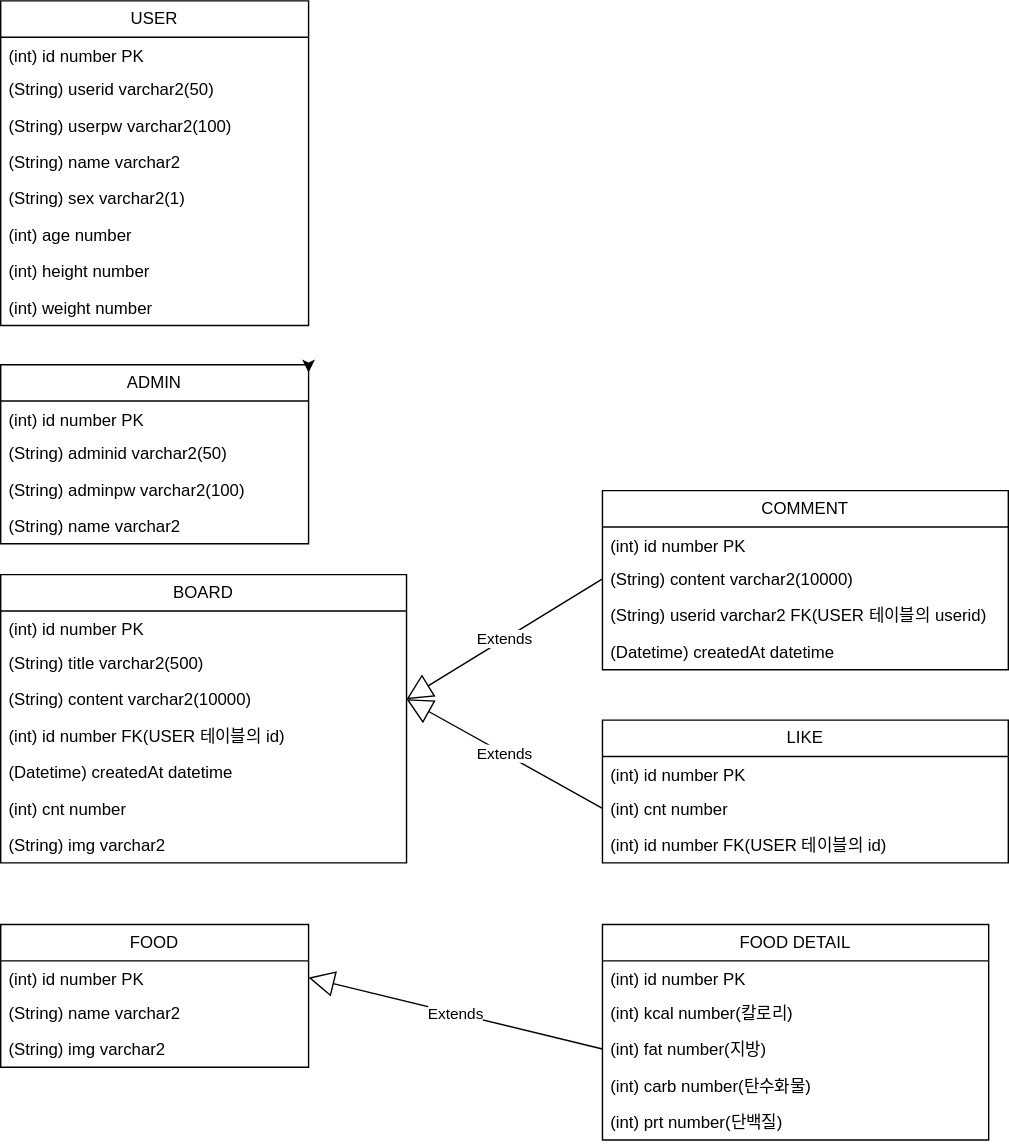
Above: document/제목 없는 다이어그램.drawio.svg in checkIn97/Diet-Project (draw.io), before the change. Source tidied: cells renumbered, new cells last; positions are measured from the earlier drawing's top-left corner, leaving out a move shared by most shapes.
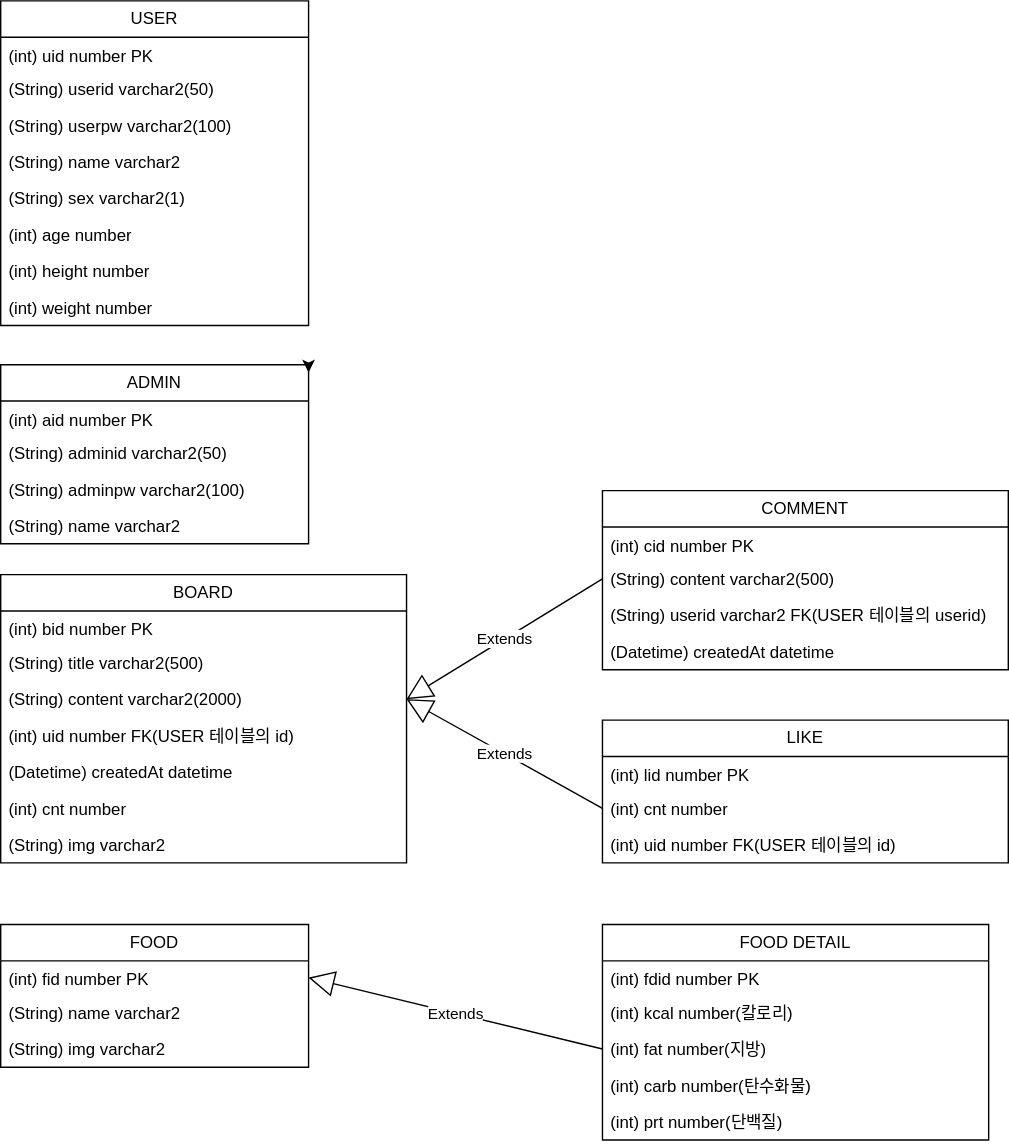
After the commit.

Commit message:
#5-제목 없는 다이어그램.drawio.svg 업데이트

The edit, as a diff of the source:
```diff
@@ -5,7 +5,7 @@
     <mxCell id="2" value="USER" style="swimlane;fontStyle=0;horizontal=1;startSize=26;fillColor=none;whiteSpace=wrap;html=1;" parent="1" vertex="1">
       <mxGeometry width="220" height="232" as="geometry" />
     </mxCell>
-    <mxCell id="3" value="(int) id number PK" style="text;strokeColor=none;fillColor=none;align=left;verticalAlign=top;spacingLeft=4;spacingRight=4;overflow=hidden;whiteSpace=wrap;html=1;" parent="2" vertex="1">
+    <mxCell id="3" value="(int) uid number PK" style="text;strokeColor=none;fillColor=none;align=left;verticalAlign=top;spacingLeft=4;spacingRight=4;overflow=hidden;whiteSpace=wrap;html=1;" parent="2" vertex="1">
       <mxGeometry y="26" width="220" height="24" as="geometry" />
     </mxCell>
     <mxCell id="4" value="(String) userid varchar2(50)&amp;nbsp;" style="text;strokeColor=none;fillColor=none;align=left;verticalAlign=top;spacingLeft=4;spacingRight=4;overflow=hidden;whiteSpace=wrap;html=1;" parent="2" vertex="1">
@@ -32,7 +32,7 @@
     <mxCell id="11" value="ADMIN" style="swimlane;fontStyle=0;horizontal=1;startSize=26;fillColor=none;whiteSpace=wrap;html=1;" parent="1" vertex="1">
       <mxGeometry y="260" width="220" height="128" as="geometry" />
     </mxCell>
-    <mxCell id="12" value="(int) id number PK" style="text;strokeColor=none;fillColor=none;align=left;verticalAlign=top;spacingLeft=4;spacingRight=4;overflow=hidden;whiteSpace=wrap;html=1;" parent="11" vertex="1">
+    <mxCell id="12" value="(int) aid number PK" style="text;strokeColor=none;fillColor=none;align=left;verticalAlign=top;spacingLeft=4;spacingRight=4;overflow=hidden;whiteSpace=wrap;html=1;" parent="11" vertex="1">
       <mxGeometry y="26" width="220" height="24" as="geometry" />
     </mxCell>
     <mxCell id="13" value="(String) adminid varchar2(50)&amp;nbsp;" style="text;strokeColor=none;fillColor=none;align=left;verticalAlign=top;spacingLeft=4;spacingRight=4;overflow=hidden;whiteSpace=wrap;html=1;" parent="11" vertex="1">
@@ -50,16 +50,16 @@
     <mxCell id="17" value="BOARD" style="swimlane;fontStyle=0;horizontal=1;startSize=26;fillColor=none;whiteSpace=wrap;html=1;" parent="1" vertex="1">
       <mxGeometry y="410" width="290" height="206" as="geometry" />
     </mxCell>
-    <mxCell id="18" value="(int) id number PK" style="text;strokeColor=none;fillColor=none;align=left;verticalAlign=top;spacingLeft=4;spacingRight=4;overflow=hidden;whiteSpace=wrap;html=1;" parent="17" vertex="1">
+    <mxCell id="18" value="(int) bid number PK" style="text;strokeColor=none;fillColor=none;align=left;verticalAlign=top;spacingLeft=4;spacingRight=4;overflow=hidden;whiteSpace=wrap;html=1;" parent="17" vertex="1">
       <mxGeometry y="26" width="290" height="24" as="geometry" />
     </mxCell>
     <mxCell id="19" value="(String) title varchar2(500)&amp;nbsp;" style="text;strokeColor=none;fillColor=none;align=left;verticalAlign=top;spacingLeft=4;spacingRight=4;overflow=hidden;whiteSpace=wrap;html=1;" parent="17" vertex="1">
       <mxGeometry y="50" width="290" height="26" as="geometry" />
     </mxCell>
-    <mxCell id="20" value="(String) content varchar2(10000)" style="text;strokeColor=none;fillColor=none;align=left;verticalAlign=top;spacingLeft=4;spacingRight=4;overflow=hidden;points=[[0,0.5],[1,0.5]];portConstraint=eastwest;whiteSpace=wrap;html=1;" parent="17" vertex="1">
+    <mxCell id="20" value="(String) content varchar2(2000)" style="text;strokeColor=none;fillColor=none;align=left;verticalAlign=top;spacingLeft=4;spacingRight=4;overflow=hidden;points=[[0,0.5],[1,0.5]];portConstraint=eastwest;whiteSpace=wrap;html=1;" parent="17" vertex="1">
       <mxGeometry y="76" width="290" height="26" as="geometry" />
     </mxCell>
-    <mxCell id="21" value="(int) id number FK(USER 테이블의 id)" style="text;strokeColor=none;fillColor=none;align=left;verticalAlign=top;spacingLeft=4;spacingRight=4;overflow=hidden;whiteSpace=wrap;html=1;" parent="17" vertex="1">
+    <mxCell id="21" value="(int) uid number FK(USER 테이블의 id)" style="text;strokeColor=none;fillColor=none;align=left;verticalAlign=top;spacingLeft=4;spacingRight=4;overflow=hidden;whiteSpace=wrap;html=1;" parent="17" vertex="1">
       <mxGeometry y="102" width="290" height="26" as="geometry" />
     </mxCell>
     <mxCell id="22" value="(Datetime) createdAt datetime" style="text;strokeColor=none;fillColor=none;align=left;verticalAlign=top;spacingLeft=4;spacingRight=4;overflow=hidden;whiteSpace=wrap;html=1;" parent="17" vertex="1">
@@ -74,7 +74,7 @@
     <mxCell id="25" value="FOOD" style="swimlane;fontStyle=0;horizontal=1;startSize=26;fillColor=none;whiteSpace=wrap;html=1;" parent="1" vertex="1">
       <mxGeometry y="660" width="220" height="102" as="geometry" />
     </mxCell>
-    <mxCell id="26" value="(int) id number PK" style="text;strokeColor=none;fillColor=none;align=left;verticalAlign=top;spacingLeft=4;spacingRight=4;overflow=hidden;points=[[0,0.5],[1,0.5]];portConstraint=eastwest;whiteSpace=wrap;html=1;" parent="25" vertex="1">
+    <mxCell id="26" value="(int) fid number PK" style="text;strokeColor=none;fillColor=none;align=left;verticalAlign=top;spacingLeft=4;spacingRight=4;overflow=hidden;points=[[0,0.5],[1,0.5]];portConstraint=eastwest;whiteSpace=wrap;html=1;" parent="25" vertex="1">
       <mxGeometry y="26" width="220" height="24" as="geometry" />
     </mxCell>
     <mxCell id="27" value="(String) name varchar2" style="text;strokeColor=none;fillColor=none;align=left;verticalAlign=top;spacingLeft=4;spacingRight=4;overflow=hidden;whiteSpace=wrap;html=1;" parent="25" vertex="1">
@@ -86,10 +86,10 @@
     <mxCell id="29" value="COMMENT" style="swimlane;fontStyle=0;horizontal=1;startSize=26;fillColor=none;whiteSpace=wrap;html=1;" parent="1" vertex="1">
       <mxGeometry x="430" y="350" width="290" height="128" as="geometry" />
     </mxCell>
-    <mxCell id="30" value="(int) id number PK" style="text;strokeColor=none;fillColor=none;align=left;verticalAlign=top;spacingLeft=4;spacingRight=4;overflow=hidden;whiteSpace=wrap;html=1;" parent="29" vertex="1">
+    <mxCell id="30" value="(int) cid number PK" style="text;strokeColor=none;fillColor=none;align=left;verticalAlign=top;spacingLeft=4;spacingRight=4;overflow=hidden;whiteSpace=wrap;html=1;" parent="29" vertex="1">
       <mxGeometry y="26" width="290" height="24" as="geometry" />
     </mxCell>
-    <mxCell id="31" value="(String) content varchar2(10000)" style="text;strokeColor=none;fillColor=none;align=left;verticalAlign=top;spacingLeft=4;spacingRight=4;overflow=hidden;points=[[0,0.5],[1,0.5]];portConstraint=eastwest;whiteSpace=wrap;html=1;" parent="29" vertex="1">
+    <mxCell id="31" value="(String) content varchar2(500)" style="text;strokeColor=none;fillColor=none;align=left;verticalAlign=top;spacingLeft=4;spacingRight=4;overflow=hidden;points=[[0,0.5],[1,0.5]];portConstraint=eastwest;whiteSpace=wrap;html=1;" parent="29" vertex="1">
       <mxGeometry y="50" width="290" height="26" as="geometry" />
     </mxCell>
     <mxCell id="32" value="(String) userid varchar2 FK(USER 테이블의 userid)" style="text;strokeColor=none;fillColor=none;align=left;verticalAlign=top;spacingLeft=4;spacingRight=4;overflow=hidden;whiteSpace=wrap;html=1;" parent="29" vertex="1">
@@ -101,19 +101,19 @@
     <mxCell id="34" value="LIKE" style="swimlane;fontStyle=0;horizontal=1;startSize=26;fillColor=none;whiteSpace=wrap;html=1;" parent="1" vertex="1">
       <mxGeometry x="430" y="514" width="290" height="102" as="geometry" />
     </mxCell>
-    <mxCell id="35" value="(int) id number PK" style="text;strokeColor=none;fillColor=none;align=left;verticalAlign=top;spacingLeft=4;spacingRight=4;overflow=hidden;whiteSpace=wrap;html=1;" parent="34" vertex="1">
+    <mxCell id="35" value="(int) lid number PK" style="text;strokeColor=none;fillColor=none;align=left;verticalAlign=top;spacingLeft=4;spacingRight=4;overflow=hidden;whiteSpace=wrap;html=1;" parent="34" vertex="1">
       <mxGeometry y="26" width="290" height="24" as="geometry" />
     </mxCell>
     <mxCell id="36" value="(int) cnt number" style="text;strokeColor=none;fillColor=none;align=left;verticalAlign=top;spacingLeft=4;spacingRight=4;overflow=hidden;points=[[0,0.5],[1,0.5]];portConstraint=eastwest;whiteSpace=wrap;html=1;" parent="34" vertex="1">
       <mxGeometry y="50" width="290" height="26" as="geometry" />
     </mxCell>
-    <mxCell id="37" value="(int) id number FK(USER 테이블의 id)" style="text;strokeColor=none;fillColor=none;align=left;verticalAlign=top;spacingLeft=4;spacingRight=4;overflow=hidden;whiteSpace=wrap;html=1;" parent="34" vertex="1">
+    <mxCell id="37" value="(int) uid number FK(USER 테이블의 id)" style="text;strokeColor=none;fillColor=none;align=left;verticalAlign=top;spacingLeft=4;spacingRight=4;overflow=hidden;whiteSpace=wrap;html=1;" parent="34" vertex="1">
       <mxGeometry y="76" width="290" height="26" as="geometry" />
     </mxCell>
     <mxCell id="38" value="FOOD DETAIL" style="swimlane;fontStyle=0;horizontal=1;startSize=26;fillColor=none;whiteSpace=wrap;html=1;" parent="1" vertex="1">
       <mxGeometry x="430" y="660" width="276" height="154" as="geometry" />
     </mxCell>
-    <mxCell id="39" value="(int) id number PK" style="text;strokeColor=none;fillColor=none;align=left;verticalAlign=top;spacingLeft=4;spacingRight=4;overflow=hidden;whiteSpace=wrap;html=1;" parent="38" vertex="1">
+    <mxCell id="39" value="(int) fdid number PK" style="text;strokeColor=none;fillColor=none;align=left;verticalAlign=top;spacingLeft=4;spacingRight=4;overflow=hidden;whiteSpace=wrap;html=1;" parent="38" vertex="1">
       <mxGeometry y="26" width="276" height="24" as="geometry" />
     </mxCell>
     <mxCell id="40" value="(int) kcal number(칼로리)" style="text;strokeColor=none;fillColor=none;align=left;verticalAlign=top;spacingLeft=4;spacingRight=4;overflow=hidden;whiteSpace=wrap;html=1;" parent="38" vertex="1">
```
